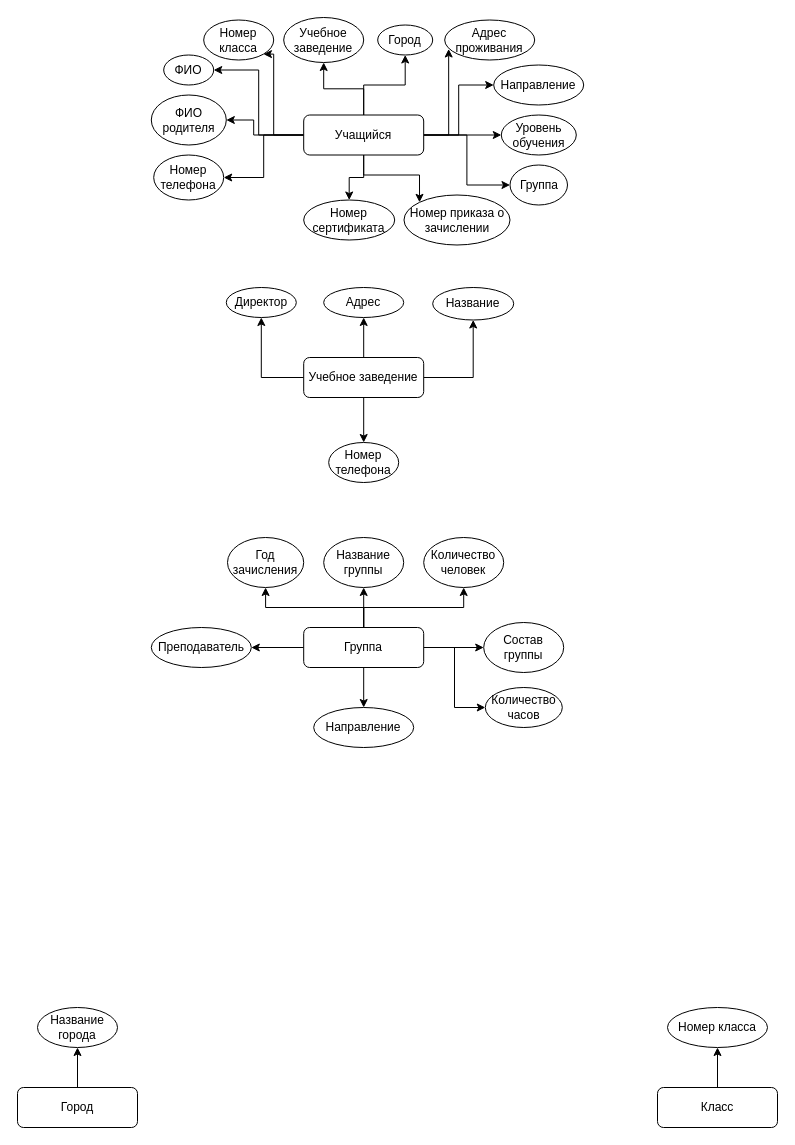
Above: Untitled Diagram.drawio in Dasha-Kurushina/subd_kvant (draw.io), before the change. Source tidied: cells renumbered, new cells numbered last; positions are measured from the earlier drawing's top-left corner, leaving out a move shared by most shapes. Both pictures are drawn from the tidied source at 100%, with x=0, y=0 at pixel (17, 17).
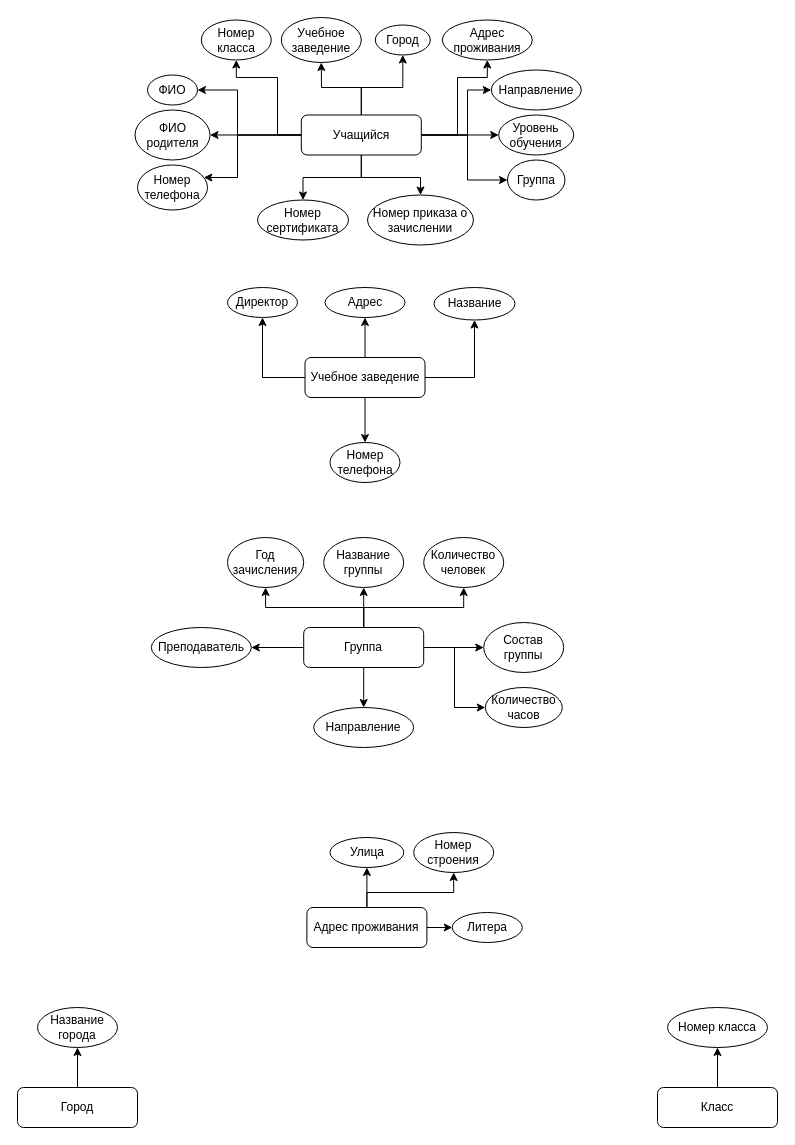
The same page after the edit.

What changed in the source:
```diff
@@
-    <mxCell id="2" style="edgeStyle=orthogonalEdgeStyle;rounded=0;jettySize=auto;html=1;entryX=0;entryY=0;entryDx=0;entryDy=0;" parent="1" edge="1" source="14" target="25">
-      <mxGeometry relative="1" as="geometry" />
-    </mxCell>
@@
     <mxCell id="4" style="edgeStyle=orthogonalEdgeStyle;rounded=0;jettySize=auto;html=1;entryX=0;entryY=0.5;entryDx=0;entryDy=0;" parent="1" edge="1" source="14" target="24">
-      <mxGeometry relative="1" as="geometry" />
+      <mxGeometry relative="1" as="geometry">
+        <Array as="points">
+          <mxPoint x="450" y="118" />
+          <mxPoint x="450" y="163" />
+        </Array>
+      </mxGeometry>
     </mxCell>
@@
     <mxCell id="6" style="edgeStyle=orthogonalEdgeStyle;rounded=0;jettySize=auto;html=1;entryX=0;entryY=0.5;entryDx=0;entryDy=0;" parent="1" edge="1" source="14" target="22">
-      <mxGeometry relative="1" as="geometry" />
+      <mxGeometry relative="1" as="geometry">
+        <Array as="points">
+          <mxPoint x="450" y="118" />
+          <mxPoint x="450" y="73" />
+        </Array>
+      </mxGeometry>
     </mxCell>
-    <mxCell id="7" style="edgeStyle=orthogonalEdgeStyle;rounded=0;jettySize=auto;html=1;entryX=0.044;entryY=0.725;entryDx=0;entryDy=0;entryPerimeter=0;" parent="1" edge="1" source="14" target="16">
-      <mxGeometry relative="1" as="geometry" />
+    <mxCell id="7" style="edgeStyle=orthogonalEdgeStyle;rounded=0;jettySize=auto;html=1;entryX=0.5;entryY=1;entryDx=0;entryDy=0;" parent="1" edge="1" source="14" target="16">
+      <mxGeometry relative="1" as="geometry">
+        <Array as="points">
+          <mxPoint x="440" y="118" />
+          <mxPoint x="440" y="60" />
+          <mxPoint x="470" y="60" />
+        </Array>
+      </mxGeometry>
     </mxCell>
     <mxCell id="8" style="edgeStyle=orthogonalEdgeStyle;rounded=0;jettySize=auto;html=1;entryX=0.5;entryY=1;entryDx=0;entryDy=0;" parent="1" edge="1" source="14" target="15">
-      <mxGeometry relative="1" as="geometry" />
+      <mxGeometry relative="1" as="geometry">
+        <Array as="points">
+          <mxPoint x="344" y="70" />
+          <mxPoint x="385" y="70" />
+        </Array>
+      </mxGeometry>
     </mxCell>
     <mxCell id="9" style="edgeStyle=orthogonalEdgeStyle;rounded=0;jettySize=auto;html=1;" parent="1" edge="1" source="14" target="17">
-      <mxGeometry relative="1" as="geometry" />
+      <mxGeometry relative="1" as="geometry">
+        <Array as="points">
+          <mxPoint x="344" y="70" />
+          <mxPoint x="304" y="70" />
+        </Array>
+      </mxGeometry>
     </mxCell>
-    <mxCell id="10" style="edgeStyle=orthogonalEdgeStyle;rounded=0;jettySize=auto;html=1;entryX=1;entryY=1;entryDx=0;entryDy=0;" parent="1" edge="1" source="14" target="18">
+    <mxCell id="10" style="edgeStyle=orthogonalEdgeStyle;rounded=0;jettySize=auto;html=1;entryX=0.5;entryY=1;entryDx=0;entryDy=0;" parent="1" edge="1" source="14" target="18">
       <mxGeometry relative="1" as="geometry">
         <Array as="points">
-          <mxPoint x="256.2" y="117.5" />
-          <mxPoint x="256.2" y="36.5" />
+          <mxPoint x="260" y="118" />
+          <mxPoint x="260" y="60" />
+          <mxPoint x="219" y="60" />
         </Array>
       </mxGeometry>
     </mxCell>
     <mxCell id="11" style="edgeStyle=orthogonalEdgeStyle;rounded=0;jettySize=auto;html=1;entryX=1;entryY=0.5;entryDx=0;entryDy=0;" parent="1" edge="1" source="14" target="19">
-      <mxGeometry relative="1" as="geometry" />
+      <mxGeometry relative="1" as="geometry">
+        <Array as="points">
+          <mxPoint x="220" y="118" />
+          <mxPoint x="220" y="73" />
+        </Array>
+      </mxGeometry>
     </mxCell>
-    <mxCell id="12" style="edgeStyle=orthogonalEdgeStyle;rounded=0;jettySize=auto;html=1;" parent="1" edge="1" source="14" target="20">
+    <mxCell id="12" style="edgeStyle=orthogonalEdgeStyle;rounded=0;jettySize=auto;html=1;entryX=1;entryY=0.5;entryDx=0;entryDy=0;" parent="1" edge="1" source="14" target="20">
       <mxGeometry relative="1" as="geometry">
         <Array as="points">
-          <mxPoint x="236.2" y="117.5" />
-          <mxPoint x="236.2" y="102.5" />
+          <mxPoint x="195" y="118" />
         </Array>
       </mxGeometry>
     </mxCell>
     <mxCell id="13" style="edgeStyle=orthogonalEdgeStyle;rounded=0;jettySize=auto;html=1;" parent="1" edge="1" source="14" target="21">
-      <mxGeometry relative="1" as="geometry" />
+      <mxGeometry relative="1" as="geometry">
+        <Array as="points">
+          <mxPoint x="220" y="118" />
+          <mxPoint x="220" y="160" />
+        </Array>
+      </mxGeometry>
     </mxCell>
+    <mxCell id="2" style="edgeStyle=orthogonalEdgeStyle;rounded=0;jettySize=auto;html=1;" parent="1" edge="1" source="14" target="25">
+      <mxGeometry relative="1" as="geometry">
+        <Array as="points">
+          <mxPoint x="344" y="160" />
+          <mxPoint x="403" y="160" />
+        </Array>
+      </mxGeometry>
+    </mxCell>
     <mxCell id="14" value="Учащийся" style="rounded=1;whiteSpace=wrap;html=1;fontSize=12;glass=0;strokeWidth=1;shadow=0;" parent="1" vertex="1">
-      <mxGeometry x="286.2" y="97.5" width="120" height="40" as="geometry" />
+      <mxGeometry x="283.8" y="97.5" width="120" height="40" as="geometry" />
     </mxCell>
     <mxCell id="15" value="Город" style="ellipse;whiteSpace=wrap;html=1;" parent="1" vertex="1">
-      <mxGeometry x="360.2" y="7.5" width="55" height="30" as="geometry" />
+      <mxGeometry x="357.8" y="7.5" width="55" height="30" as="geometry" />
     </mxCell>
     <mxCell id="16" value="Адрес проживания" style="ellipse;whiteSpace=wrap;html=1;" parent="1" vertex="1">
-      <mxGeometry x="427.2" y="2.5" width="90" height="40" as="geometry" />
+      <mxGeometry x="424.8" y="2.5" width="90" height="40" as="geometry" />
     </mxCell>
     <mxCell id="17" value="Учебное заведение" style="ellipse;whiteSpace=wrap;html=1;" parent="1" vertex="1">
-      <mxGeometry x="266.2" width="80" height="45" as="geometry" />
+      <mxGeometry x="263.8" width="80" height="45" as="geometry" />
     </mxCell>
     <mxCell id="18" value="Номер класса" style="ellipse;whiteSpace=wrap;html=1;" parent="1" vertex="1">
-      <mxGeometry x="186.2" y="2.5" width="70" height="40" as="geometry" />
+      <mxGeometry x="183.8" y="2.5" width="70" height="40" as="geometry" />
     </mxCell>
     <mxCell id="19" value="ФИО" style="ellipse;whiteSpace=wrap;html=1;" parent="1" vertex="1">
-      <mxGeometry x="146.2" y="37.5" width="50" height="30" as="geometry" />
+      <mxGeometry x="130" y="57.5" width="50" height="30" as="geometry" />
     </mxCell>
     <mxCell id="20" value="ФИО родителя" style="ellipse;whiteSpace=wrap;html=1;" parent="1" vertex="1">
-      <mxGeometry x="133.8" y="77.5" width="75" height="50" as="geometry" />
+      <mxGeometry x="117.5" y="92.5" width="75" height="50" as="geometry" />
     </mxCell>
     <mxCell id="21" value="Номер телефона" style="ellipse;whiteSpace=wrap;html=1;" parent="1" vertex="1">
-      <mxGeometry x="136.2" y="137.5" width="70" height="45" as="geometry" />
+      <mxGeometry x="120" y="147.5" width="70" height="45" as="geometry" />
     </mxCell>
     <mxCell id="22" value="Направление" style="ellipse;whiteSpace=wrap;html=1;" parent="1" vertex="1">
-      <mxGeometry x="476.2" y="47.5" width="90" height="40" as="geometry" />
+      <mxGeometry x="473.8" y="52.5" width="90" height="40" as="geometry" />
     </mxCell>
     <mxCell id="23" value="Уровень обучения" style="ellipse;whiteSpace=wrap;html=1;" parent="1" vertex="1">
-      <mxGeometry x="483.8" y="97.5" width="75" height="40" as="geometry" />
+      <mxGeometry x="481.2" y="97.5" width="75" height="40" as="geometry" />
     </mxCell>
     <mxCell id="24" value="Группа" style="ellipse;whiteSpace=wrap;html=1;" parent="1" vertex="1">
-      <mxGeometry x="492.5" y="147.5" width="57.5" height="40" as="geometry" />
+      <mxGeometry x="490" y="142.5" width="57.5" height="40" as="geometry" />
     </mxCell>
     <mxCell id="25" value="Номер приказа о зачислении" style="ellipse;whiteSpace=wrap;html=1;" parent="1" vertex="1">
-      <mxGeometry x="386.5" y="177.5" width="106" height="50" as="geometry" />
+      <mxGeometry x="350" y="177.5" width="106" height="50" as="geometry" />
     </mxCell>
     <mxCell id="26" value="Номер сертификата" style="ellipse;whiteSpace=wrap;html=1;" parent="1" vertex="1">
-      <mxGeometry x="286.2" y="182.5" width="91" height="40" as="geometry" />
+      <mxGeometry x="240" y="182.5" width="91" height="40" as="geometry" />
     </mxCell>
@@
     <mxCell id="31" value="Учебное заведение" style="rounded=1;whiteSpace=wrap;html=1;" parent="1" vertex="1">
-      <mxGeometry x="286.2" y="340" width="120" height="40" as="geometry" />
+      <mxGeometry x="287.5" y="340" width="120" height="40" as="geometry" />
     </mxCell>
     <mxCell id="32" value="Адрес" style="ellipse;whiteSpace=wrap;html=1;" parent="1" vertex="1">
-      <mxGeometry x="306.2" y="270" width="80" height="30" as="geometry" />
+      <mxGeometry x="307.5" y="270" width="80" height="30" as="geometry" />
     </mxCell>
     <mxCell id="33" value="Название" style="ellipse;whiteSpace=wrap;html=1;" parent="1" vertex="1">
-      <mxGeometry x="415.2" y="270" width="81" height="32.5" as="geometry" />
+      <mxGeometry x="416.5" y="270" width="81" height="32.5" as="geometry" />
     </mxCell>
     <mxCell id="34" value="Директор" style="ellipse;whiteSpace=wrap;html=1;" parent="1" vertex="1">
-      <mxGeometry x="208.8" y="270" width="70" height="30" as="geometry" />
+      <mxGeometry x="210" y="270" width="70" height="30" as="geometry" />
     </mxCell>
     <mxCell id="35" value="Номер телефона" style="ellipse;whiteSpace=wrap;html=1;" parent="1" vertex="1">
-      <mxGeometry x="311.2" y="425" width="70" height="40" as="geometry" />
+      <mxGeometry x="312.5" y="425" width="70" height="40" as="geometry" />
     </mxCell>
@@
+    <mxCell id="57" style="edgeStyle=orthogonalEdgeStyle;rounded=0;jettySize=auto;html=1;entryX=0.5;entryY=1;entryDx=0;entryDy=0;" parent="1" edge="1" source="60" target="61">
+      <mxGeometry relative="1" as="geometry" />
+    </mxCell>
+    <mxCell id="58" style="edgeStyle=orthogonalEdgeStyle;rounded=0;jettySize=auto;html=1;entryX=0.5;entryY=1;entryDx=0;entryDy=0;" parent="1" edge="1" source="60" target="62">
+      <mxGeometry relative="1" as="geometry">
+        <Array as="points">
+          <mxPoint x="349" y="875" />
+          <mxPoint x="436" y="875" />
+        </Array>
+      </mxGeometry>
+    </mxCell>
+    <mxCell id="59" style="edgeStyle=orthogonalEdgeStyle;rounded=0;jettySize=auto;html=1;exitX=1;exitY=0.5;exitDx=0;exitDy=0;entryX=0;entryY=0.5;entryDx=0;entryDy=0;" parent="1" edge="1" source="60" target="63">
+      <mxGeometry relative="1" as="geometry" />
+    </mxCell>
+    <mxCell id="60" value="Адрес проживания" style="rounded=1;whiteSpace=wrap;html=1;" parent="1" vertex="1">
+      <mxGeometry x="289.4" y="890" width="120" height="40" as="geometry" />
+    </mxCell>
+    <mxCell id="61" value="Улица" style="ellipse;whiteSpace=wrap;html=1;" parent="1" vertex="1">
+      <mxGeometry x="312.5" y="820" width="73.8" height="30" as="geometry" />
+    </mxCell>
+    <mxCell id="62" value="Номер строения" style="ellipse;whiteSpace=wrap;html=1;" parent="1" vertex="1">
+      <mxGeometry x="396.2" y="815" width="80" height="40" as="geometry" />
+    </mxCell>
+    <mxCell id="63" value="Литера" style="ellipse;whiteSpace=wrap;html=1;" parent="1" vertex="1">
+      <mxGeometry x="434.8" y="895" width="70" height="30" as="geometry" />
+    </mxCell>
```
